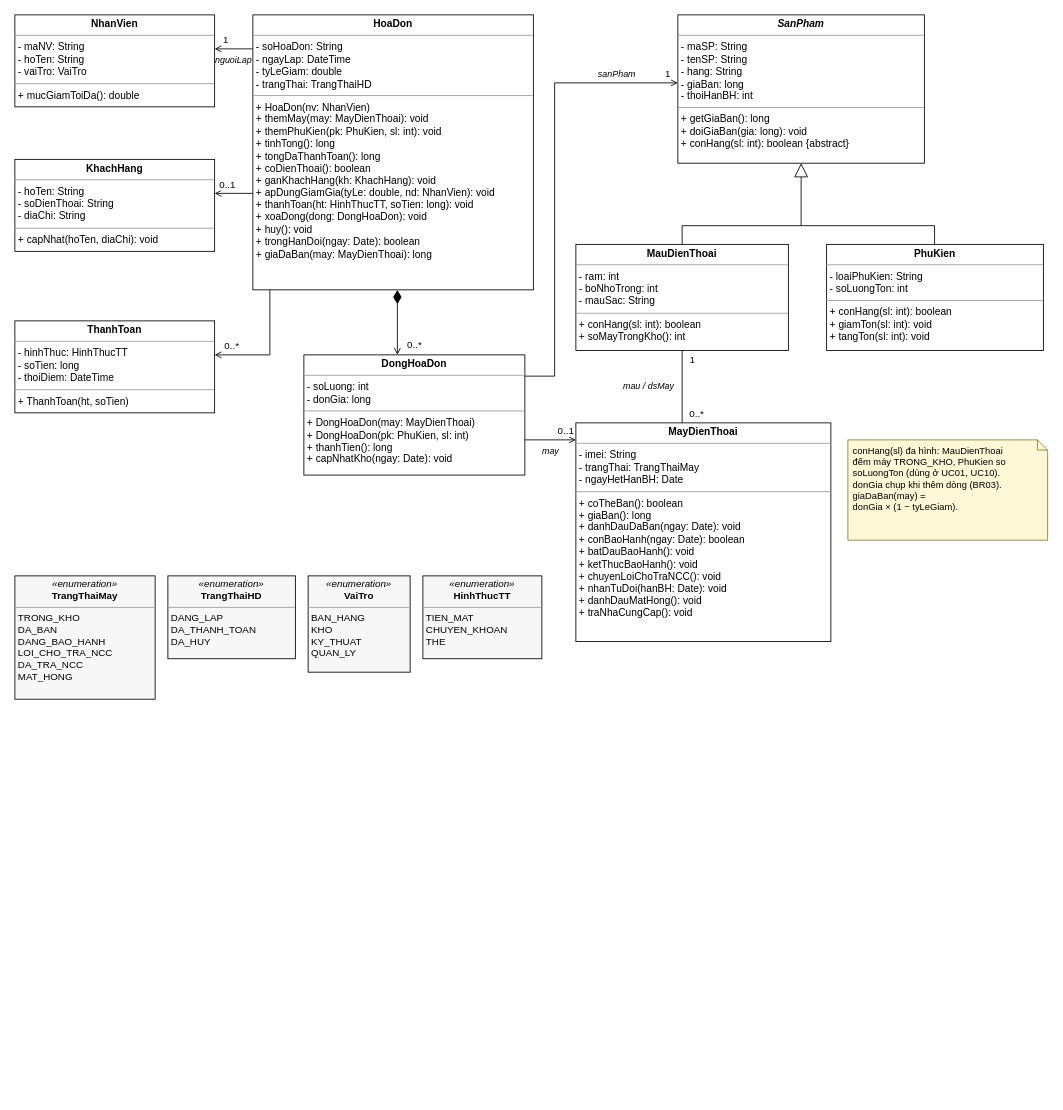
Earlier version of the draw.io diagram SoDo/09_DCD_BanHang_SanPham.drawio (trungkien1407/OOP). Source tidied: cells renumbered, new cells numbered last; positions are measured from the earlier drawing's top-left corner, leaving out a move shared by most shapes. Both pictures are drawn from the tidied source at 85%, with x=0, y=0 at pixel (14, 14).
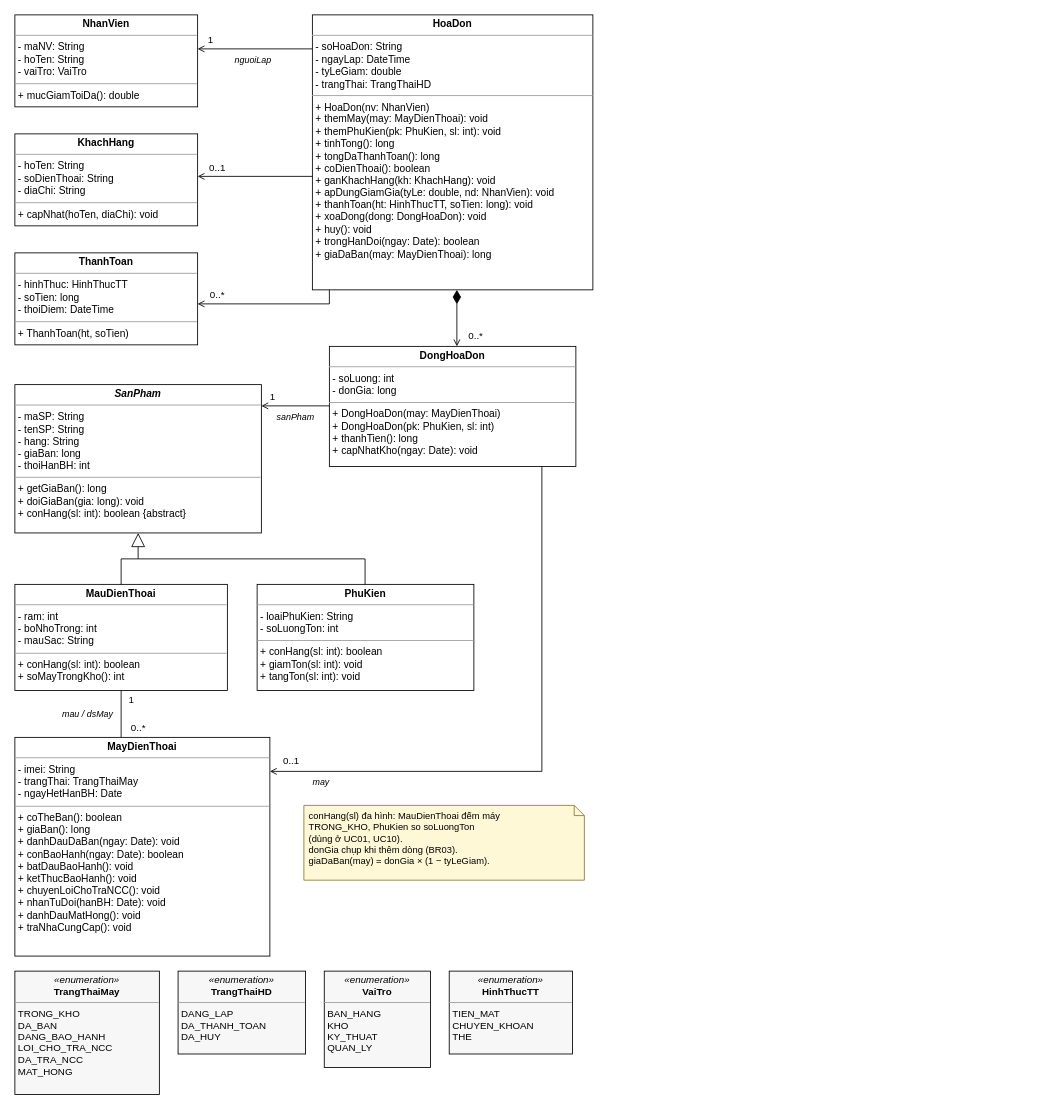
Above is the later version.

The edit, as a diff of the source:
```diff
@@
     <mxCell id="2" value="&lt;p style=&quot;margin:0px;margin-top:4px;text-align:center;&quot;&gt;&lt;b&gt;NhanVien&lt;/b&gt;&lt;/p&gt;&lt;hr size=&quot;1&quot;&gt;&lt;p style=&quot;margin:0px;margin-left:4px;&quot;&gt;- maNV: String&lt;br&gt;- hoTen: String&lt;br&gt;- vaiTro: VaiTro&lt;/p&gt;&lt;hr size=&quot;1&quot;&gt;&lt;p style=&quot;margin:0px;margin-left:4px;&quot;&gt;+ mucGiamToiDa(): double&lt;/p&gt;" style="verticalAlign=top;align=left;overflow=fill;html=1;whiteSpace=wrap;fontSize=12;fillColor=#fff;" parent="1" vertex="1">
-      <mxGeometry width="235" height="108.2" as="geometry" />
+      <mxGeometry width="215" height="108.2" as="geometry" />
     </mxCell>
     <mxCell id="3" value="&lt;p style=&quot;margin:0px;margin-top:4px;text-align:center;&quot;&gt;&lt;b&gt;KhachHang&lt;/b&gt;&lt;/p&gt;&lt;hr size=&quot;1&quot;&gt;&lt;p style=&quot;margin:0px;margin-left:4px;&quot;&gt;- hoTen: String&lt;br&gt;- soDienThoai: String&lt;br&gt;- diaChi: String&lt;/p&gt;&lt;hr size=&quot;1&quot;&gt;&lt;p style=&quot;margin:0px;margin-left:4px;&quot;&gt;+ capNhat(hoTen, diaChi): void&lt;/p&gt;" style="verticalAlign=top;align=left;overflow=fill;html=1;whiteSpace=wrap;fontSize=12;fillColor=#fff;" parent="1" vertex="1">
-      <mxGeometry y="170" width="235" height="108.2" as="geometry" />
+      <mxGeometry y="140" width="215" height="108.2" as="geometry" />
     </mxCell>
     <mxCell id="4" value="&lt;p style=&quot;margin:0px;margin-top:4px;text-align:center;&quot;&gt;&lt;b&gt;ThanhToan&lt;/b&gt;&lt;/p&gt;&lt;hr size=&quot;1&quot;&gt;&lt;p style=&quot;margin:0px;margin-left:4px;&quot;&gt;- hinhThuc: HinhThucTT&lt;br&gt;- soTien: long&lt;br&gt;- thoiDiem: DateTime&lt;/p&gt;&lt;hr size=&quot;1&quot;&gt;&lt;p style=&quot;margin:0px;margin-left:4px;&quot;&gt;+ ThanhToan(ht, soTien)&lt;/p&gt;" style="verticalAlign=top;align=left;overflow=fill;html=1;whiteSpace=wrap;fontSize=12;fillColor=#fff;" parent="1" vertex="1">
-      <mxGeometry y="360" width="235" height="108.2" as="geometry" />
+      <mxGeometry y="280" width="215" height="108.2" as="geometry" />
     </mxCell>
     <mxCell id="5" value="&lt;p style=&quot;margin:0px;margin-top:4px;text-align:center;&quot;&gt;&lt;b&gt;HoaDon&lt;/b&gt;&lt;/p&gt;&lt;hr size=&quot;1&quot;&gt;&lt;p style=&quot;margin:0px;margin-left:4px;&quot;&gt;- soHoaDon: String&lt;br&gt;- ngayLap: DateTime&lt;br&gt;- tyLeGiam: double&lt;br&gt;- trangThai: TrangThaiHD&lt;/p&gt;&lt;hr size=&quot;1&quot;&gt;&lt;p style=&quot;margin:0px;margin-left:4px;&quot;&gt;+ HoaDon(nv: NhanVien)&lt;br&gt;+ themMay(may: MayDienThoai): void&lt;br&gt;+ themPhuKien(pk: PhuKien, sl: int): void&lt;br&gt;+ tinhTong(): long&lt;br&gt;+ tongDaThanhToan(): long&lt;br&gt;+ coDienThoai(): boolean&lt;br&gt;+ ganKhachHang(kh: KhachHang): void&lt;br&gt;+ apDungGiamGia(tyLe: double, nd: NhanVien): void&lt;br&gt;+ thanhToan(ht: HinhThucTT, soTien: long): void&lt;br&gt;+ xoaDong(dong: DongHoaDon): void&lt;br&gt;+ huy(): void&lt;br&gt;+ trongHanDoi(ngay: Date): boolean&lt;br&gt;+ giaDaBan(may: MayDienThoai): long&lt;/p&gt;" style="verticalAlign=top;align=left;overflow=fill;html=1;whiteSpace=wrap;fontSize=12;fillColor=#fff;" parent="1" vertex="1">
-      <mxGeometry x="280" width="330" height="323.5" as="geometry" />
+      <mxGeometry x="350" width="330" height="323.5" as="geometry" />
     </mxCell>
     <mxCell id="6" value="&lt;p style=&quot;margin:0px;margin-top:4px;text-align:center;&quot;&gt;&lt;b&gt;DongHoaDon&lt;/b&gt;&lt;/p&gt;&lt;hr size=&quot;1&quot;&gt;&lt;p style=&quot;margin:0px;margin-left:4px;&quot;&gt;- soLuong: int&lt;br&gt;- donGia: long&lt;/p&gt;&lt;hr size=&quot;1&quot;&gt;&lt;p style=&quot;margin:0px;margin-left:4px;&quot;&gt;+ DongHoaDon(may: MayDienThoai)&lt;br&gt;+ DongHoaDon(pk: PhuKien, sl: int)&lt;br&gt;+ thanhTien(): long&lt;br&gt;+ capNhatKho(ngay: Date): void&lt;/p&gt;" style="verticalAlign=top;align=left;overflow=fill;html=1;whiteSpace=wrap;fontSize=12;fillColor=#fff;" parent="1" vertex="1">
-      <mxGeometry x="340" y="400" width="260" height="141.4" as="geometry" />
+      <mxGeometry x="370" y="390" width="290" height="141.4" as="geometry" />
     </mxCell>
     <mxCell id="7" value="&lt;p style=&quot;margin:0px;margin-top:4px;text-align:center;&quot;&gt;&lt;b&gt;&lt;i&gt;SanPham&lt;/i&gt;&lt;/b&gt;&lt;/p&gt;&lt;hr size=&quot;1&quot;&gt;&lt;p style=&quot;margin:0px;margin-left:4px;&quot;&gt;- maSP: String&lt;br&gt;- tenSP: String&lt;br&gt;- hang: String&lt;br&gt;- giaBan: long&lt;br&gt;- thoiHanBH: int&lt;/p&gt;&lt;hr size=&quot;1&quot;&gt;&lt;p style=&quot;margin:0px;margin-left:4px;&quot;&gt;+ getGiaBan(): long&lt;br&gt;+ doiGiaBan(gia: long): void&lt;br&gt;+ conHang(sl: int): boolean {abstract}&lt;/p&gt;" style="verticalAlign=top;align=left;overflow=fill;html=1;whiteSpace=wrap;fontSize=12;fillColor=#fff;" parent="1" vertex="1">
-      <mxGeometry x="780" width="290" height="174.5" as="geometry" />
+      <mxGeometry y="435" width="290" height="174.5" as="geometry" />
     </mxCell>
     <mxCell id="8" value="&lt;p style=&quot;margin:0px;margin-top:4px;text-align:center;&quot;&gt;&lt;b&gt;MauDienThoai&lt;/b&gt;&lt;/p&gt;&lt;hr size=&quot;1&quot;&gt;&lt;p style=&quot;margin:0px;margin-left:4px;&quot;&gt;- ram: int&lt;br&gt;- boNhoTrong: int&lt;br&gt;- mauSac: String&lt;/p&gt;&lt;hr size=&quot;1&quot;&gt;&lt;p style=&quot;margin:0px;margin-left:4px;&quot;&gt;+ conHang(sl: int): boolean&lt;br&gt;+ soMayTrongKho(): int&lt;/p&gt;" style="verticalAlign=top;align=left;overflow=fill;html=1;whiteSpace=wrap;fontSize=12;fillColor=#fff;" parent="1" vertex="1">
-      <mxGeometry x="660" y="270" width="250" height="124.8" as="geometry" />
+      <mxGeometry y="670" width="250" height="124.8" as="geometry" />
     </mxCell>
     <mxCell id="9" value="&lt;p style=&quot;margin:0px;margin-top:4px;text-align:center;&quot;&gt;&lt;b&gt;PhuKien&lt;/b&gt;&lt;/p&gt;&lt;hr size=&quot;1&quot;&gt;&lt;p style=&quot;margin:0px;margin-left:4px;&quot;&gt;- loaiPhuKien: String&lt;br&gt;- soLuongTon: int&lt;/p&gt;&lt;hr size=&quot;1&quot;&gt;&lt;p style=&quot;margin:0px;margin-left:4px;&quot;&gt;+ conHang(sl: int): boolean&lt;br&gt;+ giamTon(sl: int): void&lt;br&gt;+ tangTon(sl: int): void&lt;/p&gt;" style="verticalAlign=top;align=left;overflow=fill;html=1;whiteSpace=wrap;fontSize=12;fillColor=#fff;" parent="1" vertex="1">
-      <mxGeometry x="955" y="270" width="255" height="124.8" as="geometry" />
+      <mxGeometry x="285" y="670" width="255" height="124.8" as="geometry" />
     </mxCell>
     <mxCell id="10" value="&lt;p style=&quot;margin:0px;margin-top:4px;text-align:center;&quot;&gt;&lt;b&gt;MayDienThoai&lt;/b&gt;&lt;/p&gt;&lt;hr size=&quot;1&quot;&gt;&lt;p style=&quot;margin:0px;margin-left:4px;&quot;&gt;- imei: String&lt;br&gt;- trangThai: TrangThaiMay&lt;br&gt;- ngayHetHanBH: Date&lt;/p&gt;&lt;hr size=&quot;1&quot;&gt;&lt;p style=&quot;margin:0px;margin-left:4px;&quot;&gt;+ coTheBan(): boolean&lt;br&gt;+ giaBan(): long&lt;br&gt;+ danhDauDaBan(ngay: Date): void&lt;br&gt;+ conBaoHanh(ngay: Date): boolean&lt;br&gt;+ batDauBaoHanh(): void&lt;br&gt;+ ketThucBaoHanh(): void&lt;br&gt;+ chuyenLoiChoTraNCC(): void&lt;br&gt;+ nhanTuDoi(hanBH: Date): void&lt;br&gt;+ danhDauMatHong(): void&lt;br&gt;+ traNhaCungCap(): void&lt;/p&gt;" style="verticalAlign=top;align=left;overflow=fill;html=1;whiteSpace=wrap;fontSize=12;fillColor=#fff;" parent="1" vertex="1">
-      <mxGeometry x="660" y="480" width="300" height="257.3" as="geometry" />
+      <mxGeometry y="850" width="300" height="257.3" as="geometry" />
     </mxCell>
     <mxCell id="11" value="&lt;p style=&quot;margin:0px;margin-top:4px;text-align:center;&quot;&gt;&lt;i&gt;&amp;laquo;enumeration&amp;raquo;&lt;/i&gt;&lt;br&gt;&lt;b&gt;TrangThaiMay&lt;/b&gt;&lt;/p&gt;&lt;hr size=&quot;1&quot;&gt;&lt;p style=&quot;margin:0px;margin-left:4px;&quot;&gt;TRONG_KHO&lt;br&gt;DA_BAN&lt;br&gt;DANG_BAO_HANH&lt;br&gt;LOI_CHO_TRA_NCC&lt;br&gt;DA_TRA_NCC&lt;br&gt;MAT_HONG&lt;/p&gt;" style="verticalAlign=top;align=left;overflow=fill;html=1;whiteSpace=wrap;fontSize=11.5;fillColor=#F7F7F7;" parent="1" vertex="1">
-      <mxGeometry y="660" width="165" height="145.1" as="geometry" />
+      <mxGeometry y="1125" width="170" height="145.1" as="geometry" />
     </mxCell>
     <mxCell id="12" value="&lt;p style=&quot;margin:0px;margin-top:4px;text-align:center;&quot;&gt;&lt;i&gt;&amp;laquo;enumeration&amp;raquo;&lt;/i&gt;&lt;br&gt;&lt;b&gt;TrangThaiHD&lt;/b&gt;&lt;/p&gt;&lt;hr size=&quot;1&quot;&gt;&lt;p style=&quot;margin:0px;margin-left:4px;&quot;&gt;DANG_LAP&lt;br&gt;DA_THANH_TOAN&lt;br&gt;DA_HUY&lt;/p&gt;" style="verticalAlign=top;align=left;overflow=fill;html=1;whiteSpace=wrap;fontSize=11.5;fillColor=#F7F7F7;" parent="1" vertex="1">
-      <mxGeometry x="180" y="660" width="150" height="97.5" as="geometry" />
+      <mxGeometry x="192" y="1125" width="150" height="97.5" as="geometry" />
     </mxCell>
     <mxCell id="13" value="&lt;p style=&quot;margin:0px;margin-top:4px;text-align:center;&quot;&gt;&lt;i&gt;&amp;laquo;enumeration&amp;raquo;&lt;/i&gt;&lt;br&gt;&lt;b&gt;VaiTro&lt;/b&gt;&lt;/p&gt;&lt;hr size=&quot;1&quot;&gt;&lt;p style=&quot;margin:0px;margin-left:4px;&quot;&gt;BAN_HANG&lt;br&gt;KHO&lt;br&gt;KY_THUAT&lt;br&gt;QUAN_LY&lt;/p&gt;" style="verticalAlign=top;align=left;overflow=fill;html=1;whiteSpace=wrap;fontSize=11.5;fillColor=#F7F7F7;" parent="1" vertex="1">
-      <mxGeometry x="345" y="660" width="120" height="113.3" as="geometry" />
+      <mxGeometry x="364" y="1125" width="125" height="113.3" as="geometry" />
     </mxCell>
     <mxCell id="14" value="&lt;p style=&quot;margin:0px;margin-top:4px;text-align:center;&quot;&gt;&lt;i&gt;&amp;laquo;enumeration&amp;raquo;&lt;/i&gt;&lt;br&gt;&lt;b&gt;HinhThucTT&lt;/b&gt;&lt;/p&gt;&lt;hr size=&quot;1&quot;&gt;&lt;p style=&quot;margin:0px;margin-left:4px;&quot;&gt;TIEN_MAT&lt;br&gt;CHUYEN_KHOAN&lt;br&gt;THE&lt;/p&gt;" style="verticalAlign=top;align=left;overflow=fill;html=1;whiteSpace=wrap;fontSize=11.5;fillColor=#F7F7F7;" parent="1" vertex="1">
-      <mxGeometry x="480" y="660" width="140" height="97.5" as="geometry" />
+      <mxGeometry x="511" y="1125" width="145" height="97.5" as="geometry" />
     </mxCell>
     <mxCell id="15" style="html=1;rounded=0;endArrow=open;endFill=0;startArrow=none;" parent="1" edge="1">
       <mxGeometry relative="1" as="geometry">
-        <mxPoint x="280" y="40" as="sourcePoint" />
-        <mxPoint x="235" y="40" as="targetPoint" />
+        <mxPoint x="350" y="40" as="sourcePoint" />
+        <mxPoint x="215" y="40" as="targetPoint" />
       </mxGeometry>
     </mxCell>
     <mxCell id="16" value="1" style="text;html=1;align=center;verticalAlign=middle;fontSize=11.5;spacing=0;labelBackgroundColor=#ffffff;" parent="1" vertex="1">
-      <mxGeometry x="240.8" y="20.8" width="14.3" height="18.4" as="geometry" />
+      <mxGeometry x="222.8" y="20.8" width="14.3" height="18.4" as="geometry" />
     </mxCell>
-    <mxCell id="17" value="nguoiLap" style="text;html=1;align=center;verticalAlign=middle;fontSize=10.5;spacing=0;fontStyle=2;" parent="1" vertex="1">
-      <mxGeometry x="230.4" y="44.4" width="53.1" height="17.1" as="geometry" />
+    <mxCell id="17" value="nguoiLap" style="text;html=1;align=center;verticalAlign=middle;fontSize=10.5;spacing=0;fontStyle=2;labelBackgroundColor=#ffffff;" parent="1" vertex="1">
+      <mxGeometry x="253.4" y="44.4" width="53.1" height="17.1" as="geometry" />
     </mxCell>
     <mxCell id="18" style="html=1;rounded=0;endArrow=open;endFill=0;startArrow=none;" parent="1" edge="1">
       <mxGeometry relative="1" as="geometry">
-        <mxPoint x="280" y="210" as="sourcePoint" />
-        <mxPoint x="235" y="210" as="targetPoint" />
+        <mxPoint x="350" y="190" as="sourcePoint" />
+        <mxPoint x="215" y="190" as="targetPoint" />
       </mxGeometry>
     </mxCell>
     <mxCell id="19" value="0..1" style="text;html=1;align=center;verticalAlign=middle;fontSize=11.5;spacing=0;labelBackgroundColor=#ffffff;" parent="1" vertex="1">
-      <mxGeometry x="236" y="190.8" width="28" height="18.4" as="geometry" />
+      <mxGeometry x="224" y="170.8" width="28" height="18.4" as="geometry" />
     </mxCell>
     <mxCell id="20" style="html=1;rounded=0;endArrow=open;endFill=0;startArrow=none;" parent="1" edge="1">
       <mxGeometry relative="1" as="geometry">
-        <mxPoint x="300" y="323.5" as="sourcePoint" />
-        <mxPoint x="235" y="400" as="targetPoint" />
+        <mxPoint x="370" y="323.5" as="sourcePoint" />
+        <mxPoint x="215" y="340" as="targetPoint" />
         <Array as="points">
-          <mxPoint x="300" y="400" />
+          <mxPoint x="370" y="340" />
         </Array>
       </mxGeometry>
     </mxCell>
     <mxCell id="21" value="0..*" style="text;html=1;align=center;verticalAlign=middle;fontSize=11.5;spacing=0;labelBackgroundColor=#ffffff;" parent="1" vertex="1">
-      <mxGeometry x="241" y="380.8" width="28" height="18.4" as="geometry" />
+      <mxGeometry x="224" y="320.8" width="28" height="18.4" as="geometry" />
     </mxCell>
     <mxCell id="22" style="html=1;rounded=0;endArrow=open;endFill=0;startArrow=diamondThin;startFill=1;startSize=14;" parent="1" edge="1">
       <mxGeometry relative="1" as="geometry">
-        <mxPoint x="450" y="323.5" as="sourcePoint" />
-        <mxPoint x="450" y="400" as="targetPoint" />
+        <mxPoint x="520" y="323.5" as="sourcePoint" />
+        <mxPoint x="520" y="390" as="targetPoint" />
       </mxGeometry>
     </mxCell>
     <mxCell id="23" value="0..*" style="text;html=1;align=center;verticalAlign=middle;fontSize=11.5;spacing=0;labelBackgroundColor=#ffffff;" parent="1" vertex="1">
-      <mxGeometry x="456" y="378.8" width="28" height="18.4" as="geometry" />
+      <mxGeometry x="528" y="368.8" width="28" height="18.4" as="geometry" />
     </mxCell>
     <mxCell id="24" style="html=1;rounded=0;endArrow=open;endFill=0;startArrow=none;" parent="1" edge="1">
       <mxGeometry relative="1" as="geometry">
-        <mxPoint x="600" y="425" as="sourcePoint" />
-        <mxPoint x="780" y="80" as="targetPoint" />
-        <Array as="points">
-          <mxPoint x="635" y="425" />
-          <mxPoint x="635" y="80" />
-        </Array>
+        <mxPoint x="370" y="460" as="sourcePoint" />
+        <mxPoint x="290" y="460" as="targetPoint" />
       </mxGeometry>
     </mxCell>
     <mxCell id="25" value="1" style="text;html=1;align=center;verticalAlign=middle;fontSize=11.5;spacing=0;labelBackgroundColor=#ffffff;" parent="1" vertex="1">
-      <mxGeometry x="760.8" y="60.8" width="14.3" height="18.4" as="geometry" />
+      <mxGeometry x="295.8" y="440.8" width="14.3" height="18.4" as="geometry" />
     </mxCell>
-    <mxCell id="26" value="sanPham" style="text;html=1;align=center;verticalAlign=middle;fontSize=10.5;spacing=0;fontStyle=2;" parent="1" vertex="1">
-      <mxGeometry x="681.5" y="61.4" width="52.9" height="17.1" as="geometry" />
+    <mxCell id="26" value="sanPham" style="text;html=1;align=center;verticalAlign=middle;fontSize=10.5;spacing=0;fontStyle=2;labelBackgroundColor=#ffffff;" parent="1" vertex="1">
+      <mxGeometry x="303.5" y="464.4" width="52.9" height="17.1" as="geometry" />
     </mxCell>
-    <mxCell id="27" style="html=1;rounded=0;endArrow=open;endFill=0;startArrow=none;" parent="1" edge="1">
+    <mxCell id="27" style="html=1;rounded=0;endArrow=block;endFill=0;endSize=14;startArrow=none;" parent="1" edge="1">
       <mxGeometry relative="1" as="geometry">
-        <mxPoint x="600" y="500" as="sourcePoint" />
-        <mxPoint x="660" y="500" as="targetPoint" />
+        <mxPoint x="125" y="670" as="sourcePoint" />
+        <mxPoint x="145" y="609.5" as="targetPoint" />
+        <Array as="points">
+          <mxPoint x="125" y="640" />
+          <mxPoint x="145" y="640" />
+        </Array>
       </mxGeometry>
     </mxCell>
-    <mxCell id="28" value="0..1" style="text;html=1;align=center;verticalAlign=middle;fontSize=11.5;spacing=0;labelBackgroundColor=#ffffff;" parent="1" vertex="1">
-      <mxGeometry x="634" y="480.8" width="28" height="18.4" as="geometry" />
+    <mxCell id="28" style="html=1;rounded=0;endArrow=none;startArrow=none;" parent="1" edge="1">
+      <mxGeometry relative="1" as="geometry">
+        <mxPoint x="412" y="670" as="sourcePoint" />
+        <mxPoint x="145" y="640" as="targetPoint" />
+        <Array as="points">
+          <mxPoint x="412" y="640" />
+        </Array>
+      </mxGeometry>
     </mxCell>
-    <mxCell id="29" value="may" style="text;html=1;align=center;verticalAlign=middle;fontSize=10.5;spacing=0;fontStyle=2;" parent="1" vertex="1">
-      <mxGeometry x="615.8" y="504.4" width="28.5" height="17.1" as="geometry" />
+    <mxCell id="29" style="html=1;rounded=0;endArrow=none;startArrow=none;" parent="1" edge="1">
+      <mxGeometry relative="1" as="geometry">
+        <mxPoint x="125" y="850" as="sourcePoint" />
+        <mxPoint x="125" y="794.8" as="targetPoint" />
+      </mxGeometry>
     </mxCell>
-    <mxCell id="30" style="html=1;rounded=0;endArrow=block;endFill=0;endSize=14;startArrow=none;" parent="1" edge="1">
-      <mxGeometry relative="1" as="geometry">
-        <mxPoint x="785" y="270" as="sourcePoint" />
-        <mxPoint x="925" y="174.5" as="targetPoint" />
-        <Array as="points">
-          <mxPoint x="785" y="248" />
-          <mxPoint x="925" y="248" />
-        </Array>
-      </mxGeometry>
+    <mxCell id="30" value="1" style="text;html=1;align=center;verticalAlign=middle;fontSize=11.5;spacing=0;labelBackgroundColor=#ffffff;" parent="1" vertex="1">
+      <mxGeometry x="129.8" y="796.6" width="14.3" height="18.4" as="geometry" />
     </mxCell>
-    <mxCell id="31" style="html=1;rounded=0;endArrow=none;startArrow=none;" parent="1" edge="1">
-      <mxGeometry relative="1" as="geometry">
-        <mxPoint x="1082" y="270" as="sourcePoint" />
-        <mxPoint x="925" y="248" as="targetPoint" />
-        <Array as="points">
-          <mxPoint x="1082" y="248" />
-        </Array>
-      </mxGeometry>
+    <mxCell id="31" value="0..*" style="text;html=1;align=center;verticalAlign=middle;fontSize=11.5;spacing=0;labelBackgroundColor=#ffffff;" parent="1" vertex="1">
+      <mxGeometry x="131" y="829.8" width="28" height="18.4" as="geometry" />
     </mxCell>
-    <mxCell id="32" style="html=1;rounded=0;endArrow=none;startArrow=none;" parent="1" edge="1">
-      <mxGeometry relative="1" as="geometry">
-        <mxPoint x="785" y="480" as="sourcePoint" />
-        <mxPoint x="785" y="394.8" as="targetPoint" />
-      </mxGeometry>
+    <mxCell id="32" value="mau / dsMay" style="text;html=1;align=right;verticalAlign=middle;fontSize=10.5;spacing=0;fontStyle=2;labelBackgroundColor=#ffffff;" parent="1" vertex="1">
+      <mxGeometry x="42.4" y="813.8" width="72.6" height="17.1" as="geometry" />
     </mxCell>
-    <mxCell id="33" value="1" style="text;html=1;align=center;verticalAlign=middle;fontSize=11.5;spacing=0;labelBackgroundColor=#ffffff;" parent="1" vertex="1">
-      <mxGeometry x="789.8" y="396.6" width="14.3" height="18.4" as="geometry" />
+    <mxCell id="33" style="html=1;rounded=0;endArrow=open;endFill=0;startArrow=none;" parent="1" edge="1">
+      <mxGeometry relative="1" as="geometry">
+        <mxPoint x="620" y="531.4" as="sourcePoint" />
+        <mxPoint x="300" y="890" as="targetPoint" />
+        <Array as="points">
+          <mxPoint x="620" y="890" />
+        </Array>
+      </mxGeometry>
     </mxCell>
-    <mxCell id="34" value="0..*" style="text;html=1;align=center;verticalAlign=middle;fontSize=11.5;spacing=0;labelBackgroundColor=#ffffff;" parent="1" vertex="1">
-      <mxGeometry x="788" y="459.8" width="28" height="18.4" as="geometry" />
+    <mxCell id="34" value="0..1" style="text;html=1;align=center;verticalAlign=middle;fontSize=11.5;spacing=0;labelBackgroundColor=#ffffff;" parent="1" vertex="1">
+      <mxGeometry x="311" y="868.8" width="28" height="18.4" as="geometry" />
     </mxCell>
-    <mxCell id="35" value="mau / dsMay" style="text;html=1;align=right;verticalAlign=middle;fontSize=10.5;spacing=0;fontStyle=2;" parent="1" vertex="1">
-      <mxGeometry x="702.4" y="428.8" width="72.6" height="17.1" as="geometry" />
+    <mxCell id="35" value="may" style="text;html=1;align=center;verticalAlign=middle;fontSize=10.5;spacing=0;fontStyle=2;labelBackgroundColor=#ffffff;" parent="1" vertex="1">
+      <mxGeometry x="345.8" y="894.4" width="28.5" height="17.1" as="geometry" />
     </mxCell>
-    <mxCell id="36" value="conHang(sl) đa hình: MauDienThoai&lt;br&gt;đếm máy TRONG_KHO, PhuKien so&lt;br&gt;soLuongTon (dùng ở UC01, UC10).&lt;br&gt;donGia chụp khi thêm dòng (BR03).&lt;br&gt;giaDaBan(may) =&lt;br&gt;  donGia × (1 − tyLeGiam)." style="shape=note;whiteSpace=wrap;html=1;size=12;align=left;verticalAlign=top;spacingLeft=4;fillColor=#FFF8D6;strokeColor=#8a7a3a;fontSize=11;" parent="1" vertex="1">
-      <mxGeometry x="980" y="500" width="235" height="118" as="geometry" />
+    <mxCell id="36" value="conHang(sl) đa hình: MauDienThoai đếm máy&lt;br&gt;TRONG_KHO, PhuKien so soLuongTon&lt;br&gt;(dùng ở UC01, UC10).&lt;br&gt;donGia chụp khi thêm dòng (BR03).&lt;br&gt;giaDaBan(may) = donGia × (1 − tyLeGiam)." style="shape=note;whiteSpace=wrap;html=1;size=12;align=left;verticalAlign=top;spacingLeft=4;fillColor=#FFF8D6;strokeColor=#8a7a3a;fontSize=11;" parent="1" vertex="1">
+      <mxGeometry x="340" y="930" width="330" height="88" as="geometry" />
     </mxCell>
```
